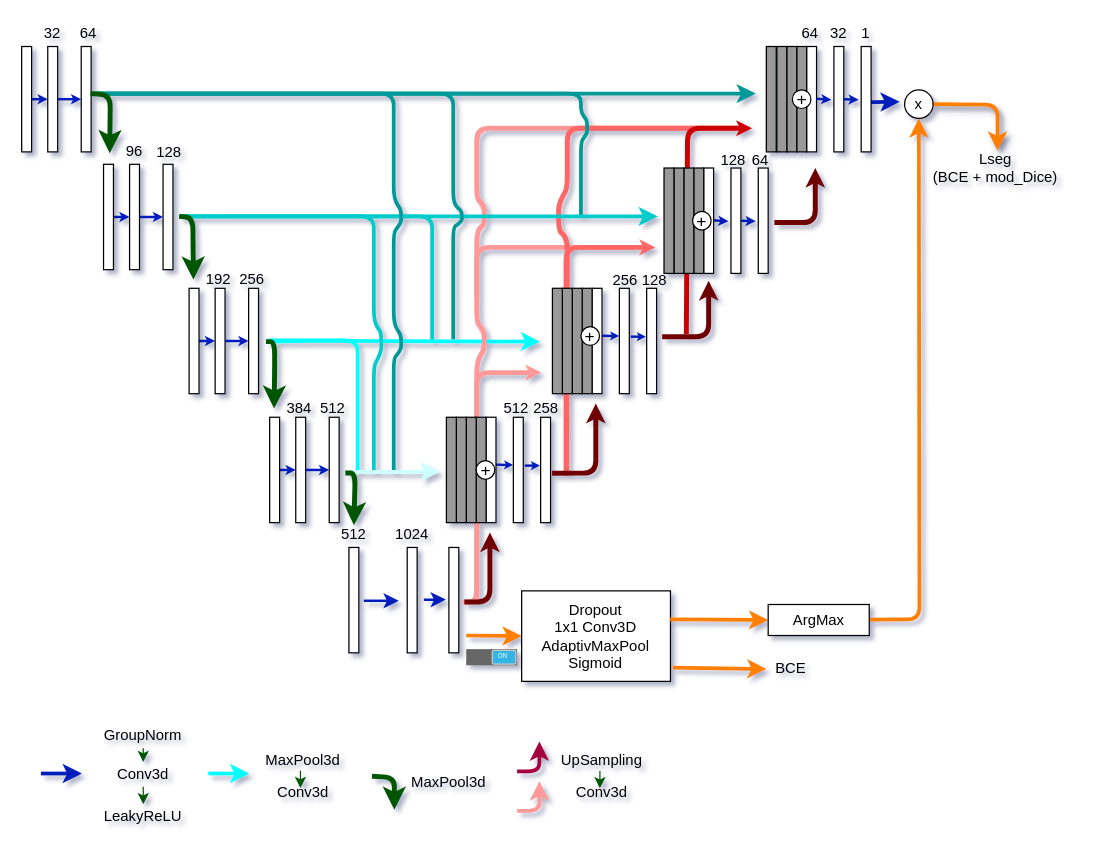
Above: docs/models/unet3+.dio in SMLC-NYSBC/TARDIS (draw.io), before the change. Source tidied: cells renumbered, new cells numbered last; positions are measured from the earlier drawing's top-left corner, leaving out a move shared by most shapes. Both pictures are drawn from the tidied source at 124%, with x=0, y=0 at pixel (21, 21).
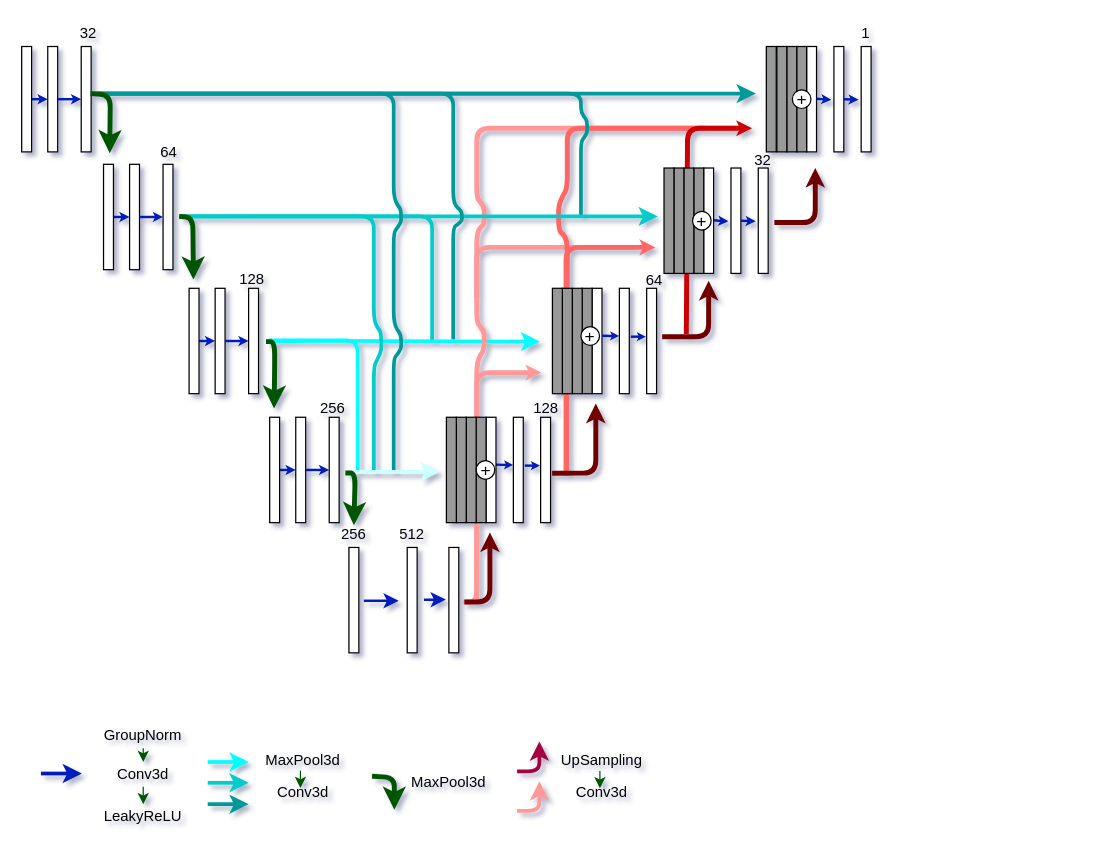
The same diagram, later.

The edit, as a diff of the source:
```diff
@@
-    <mxCell id="4" style="edgeStyle=none;html=1;shadow=0;sourcePerimeterSpacing=9;targetPerimeterSpacing=3;strokeWidth=3;fillColor=#f0a30a;strokeColor=#FF8000;exitX=0.25;exitY=1;exitDx=0;exitDy=0;entryX=0;entryY=0.5;entryDx=0;entryDy=0;" parent="1" edge="1" target="6">
-      <mxGeometry relative="1" as="geometry">
-        <mxPoint x="358.5" y="495" as="sourcePoint" />
-      </mxGeometry>
-    </mxCell>
-    <mxCell id="5" style="edgeStyle=none;html=1;strokeWidth=3;fillColor=#e3c800;strokeColor=#FF8000;exitX=1.017;exitY=0.847;exitDx=0;exitDy=0;entryX=0;entryY=0.5;entryDx=0;entryDy=0;exitPerimeter=0;" parent="1" edge="1" source="6" target="11">
-      <mxGeometry relative="1" as="geometry" />
-    </mxCell>
-    <mxCell id="6" value="Dropout&lt;br&gt;1x1 Conv3D&lt;br&gt;AdaptivMaxPool&lt;br&gt;Sigmoid" style="rounded=0;whiteSpace=wrap;html=1;" parent="1" vertex="1">
-      <mxGeometry x="403.2" y="459" width="120" height="73" as="geometry" />
-    </mxCell>
-    <mxCell id="7" style="edgeStyle=none;html=1;shadow=0;sourcePerimeterSpacing=9;targetPerimeterSpacing=3;strokeWidth=3;fillColor=#f0a30a;entryX=0;entryY=0.5;entryDx=0;entryDy=0;strokeColor=#FF8000;" parent="1" edge="1" target="9">
-      <mxGeometry relative="1" as="geometry">
-        <mxPoint x="523" y="482" as="sourcePoint" />
-      </mxGeometry>
-    </mxCell>
-    <mxCell id="8" style="edgeStyle=none;html=1;entryX=0.5;entryY=1;entryDx=0;entryDy=0;fillColor=#f0a30a;strokeWidth=3;strokeColor=#FF8000;" parent="1" edge="1" source="9" target="13">
-      <mxGeometry relative="1" as="geometry">
-        <Array as="points">
-          <mxPoint x="724" y="482" />
-        </Array>
-      </mxGeometry>
-    </mxCell>
-    <mxCell id="9" value="ArgMax" style="rounded=0;whiteSpace=wrap;html=1;" parent="1" vertex="1">
-      <mxGeometry x="602" y="470" width="81.5" height="25" as="geometry" />
-    </mxCell>
-    <mxCell id="10" style="edgeStyle=none;html=1;strokeColor=#001DBC;fillColor=#0050ef;strokeWidth=3;entryX=0;entryY=0.5;entryDx=0;entryDy=0;" parent="1" edge="1">
-      <mxGeometry relative="1" as="geometry">
-        <mxPoint x="678" y="65" as="sourcePoint" />
-        <mxPoint x="708" y="64.5" as="targetPoint" />
-      </mxGeometry>
-    </mxCell>
-    <mxCell id="11" value="&lt;font color=&quot;#000000&quot;&gt;BCE&lt;/font&gt;" style="text;html=1;strokeColor=none;fillColor=none;align=center;verticalAlign=middle;whiteSpace=wrap;rounded=0;" parent="1" vertex="1">
-      <mxGeometry x="600.5" y="512" width="39" height="20" as="geometry" />
-    </mxCell>
-    <mxCell id="12" style="edgeStyle=none;html=1;shadow=1;strokeWidth=3;exitX=1;exitY=0.5;exitDx=0;exitDy=0;endSize=6;jumpSize=6;strokeColor=#FF8000;" parent="1" edge="1" source="13">
-      <mxGeometry relative="1" as="geometry">
-        <mxPoint x="787" y="104" as="targetPoint" />
-        <Array as="points">
-          <mxPoint x="787" y="67" />
-        </Array>
-      </mxGeometry>
-    </mxCell>
-    <mxCell id="13" value="x" style="ellipse;whiteSpace=wrap;html=1;" parent="1" vertex="1">
-      <mxGeometry x="712" y="55" width="23" height="23" as="geometry" />
-    </mxCell>
-    <mxCell id="14" value="&lt;font color=&quot;#000000&quot;&gt;Lseg&lt;br&gt;(BCE + mod_Dice)&lt;br&gt;&lt;/font&gt;" style="text;html=1;strokeColor=none;fillColor=none;align=center;verticalAlign=middle;whiteSpace=wrap;rounded=0;" parent="1" vertex="1">
-      <mxGeometry x="729" y="108" width="113" height="20" as="geometry" />
-    </mxCell>
@@
     <mxCell id="25" style="edgeStyle=none;html=1;strokeWidth=3;fillColor=#0050ef;strokeColor=#00FFFF;" parent="1" edge="1">
       <mxGeometry relative="1" as="geometry">
-        <mxPoint x="150.5" y="606.3" as="sourcePoint" />
-        <mxPoint x="183.5" y="606.3" as="targetPoint" />
+        <mxPoint x="150" y="597" as="sourcePoint" />
+        <mxPoint x="183" y="597" as="targetPoint" />
       </mxGeometry>
     </mxCell>
@@
-    <mxCell id="33" value="&lt;font color=&quot;#000000&quot;&gt;32&lt;/font&gt;" style="text;html=1;strokeColor=none;fillColor=none;align=center;verticalAlign=middle;whiteSpace=wrap;rounded=0;" parent="1" vertex="1">
-      <mxGeometry x="5" width="40" height="20" as="geometry" />
-    </mxCell>
@@
-    <mxCell id="35" value="&lt;font color=&quot;#000000&quot;&gt;64&lt;/font&gt;" style="text;html=1;strokeColor=none;fillColor=none;align=center;verticalAlign=middle;whiteSpace=wrap;rounded=0;" parent="1" vertex="1">
+    <mxCell id="35" value="&lt;font color=&quot;#000000&quot;&gt;32&lt;/font&gt;" style="text;html=1;strokeColor=none;fillColor=none;align=center;verticalAlign=middle;whiteSpace=wrap;rounded=0;" parent="1" vertex="1">
       <mxGeometry x="34" width="40" height="20" as="geometry" />
     </mxCell>
@@
-    <mxCell id="37" value="&lt;font color=&quot;#000000&quot;&gt;32&lt;/font&gt;" style="text;html=1;strokeColor=none;fillColor=none;align=center;verticalAlign=middle;whiteSpace=wrap;rounded=0;" parent="1" vertex="1">
-      <mxGeometry x="639" width="40" height="20" as="geometry" />
-    </mxCell>
-    <mxCell id="38" value="&lt;font color=&quot;#000000&quot;&gt;64&lt;/font&gt;" style="text;html=1;strokeColor=none;fillColor=none;align=center;verticalAlign=middle;whiteSpace=wrap;rounded=0;" parent="1" vertex="1">
-      <mxGeometry x="615.5" width="40" height="20" as="geometry" />
-    </mxCell>
@@
-    <mxCell id="50" value="&lt;font color=&quot;#000000&quot;&gt;96&lt;/font&gt;" style="text;html=1;strokeColor=none;fillColor=none;align=center;verticalAlign=middle;whiteSpace=wrap;rounded=0;" parent="1" vertex="1">
-      <mxGeometry x="71" y="95" width="40" height="20" as="geometry" />
-    </mxCell>
@@
-    <mxCell id="52" value="&lt;font color=&quot;#000000&quot;&gt;128&lt;/font&gt;" style="text;html=1;strokeColor=none;fillColor=none;align=center;verticalAlign=middle;whiteSpace=wrap;rounded=0;" parent="1" vertex="1">
+    <mxCell id="52" value="&lt;font color=&quot;#000000&quot;&gt;64&lt;/font&gt;" style="text;html=1;strokeColor=none;fillColor=none;align=center;verticalAlign=middle;whiteSpace=wrap;rounded=0;" parent="1" vertex="1">
       <mxGeometry x="98.5" y="96" width="40" height="20" as="geometry" />
     </mxCell>
-    <mxCell id="53" value="&lt;font color=&quot;#000000&quot;&gt;128&lt;/font&gt;" style="text;html=1;strokeColor=none;fillColor=none;align=center;verticalAlign=middle;whiteSpace=wrap;rounded=0;" parent="1" vertex="1">
-      <mxGeometry x="553.5" y="102" width="40" height="20" as="geometry" />
-    </mxCell>
-    <mxCell id="54" value="&lt;font color=&quot;#000000&quot;&gt;64&lt;/font&gt;" style="text;html=1;strokeColor=none;fillColor=none;align=center;verticalAlign=middle;whiteSpace=wrap;rounded=0;" parent="1" vertex="1">
-      <mxGeometry x="575.5" y="102" width="40" height="20" as="geometry" />
+    <mxCell id="54" value="&lt;font color=&quot;#000000&quot;&gt;32&lt;/font&gt;" style="text;html=1;strokeColor=none;fillColor=none;align=center;verticalAlign=middle;whiteSpace=wrap;rounded=0;" parent="1" vertex="1">
+      <mxGeometry x="577.5" y="102" width="40" height="20" as="geometry" />
     </mxCell>
@@
-    <mxCell id="61" value="&lt;font color=&quot;#000000&quot;&gt;256&lt;/font&gt;" style="text;html=1;strokeColor=none;fillColor=none;align=center;verticalAlign=middle;whiteSpace=wrap;rounded=0;" parent="1" vertex="1">
+    <mxCell id="61" value="&lt;font color=&quot;#000000&quot;&gt;128&lt;/font&gt;" style="text;html=1;strokeColor=none;fillColor=none;align=center;verticalAlign=middle;whiteSpace=wrap;rounded=0;" parent="1" vertex="1">
       <mxGeometry x="165.5" y="198" width="40" height="20" as="geometry" />
     </mxCell>
-    <mxCell id="62" value="&lt;font color=&quot;#000000&quot;&gt;192&lt;/font&gt;" style="text;html=1;strokeColor=none;fillColor=none;align=center;verticalAlign=middle;whiteSpace=wrap;rounded=0;" parent="1" vertex="1">
-      <mxGeometry x="138.5" y="198" width="40" height="20" as="geometry" />
-    </mxCell>
-    <mxCell id="63" value="&lt;font color=&quot;#000000&quot;&gt;128&lt;/font&gt;" style="text;html=1;strokeColor=none;fillColor=none;align=center;verticalAlign=middle;whiteSpace=wrap;rounded=0;" parent="1" vertex="1">
+    <mxCell id="63" value="&lt;font color=&quot;#000000&quot;&gt;64&lt;/font&gt;" style="text;html=1;strokeColor=none;fillColor=none;align=center;verticalAlign=middle;whiteSpace=wrap;rounded=0;" parent="1" vertex="1">
       <mxGeometry x="489.5" y="199" width="40.5" height="20" as="geometry" />
     </mxCell>
@@
-    <mxCell id="73" value="&lt;font color=&quot;#000000&quot;&gt;512&lt;/font&gt;" style="text;html=1;strokeColor=none;fillColor=none;align=center;verticalAlign=middle;whiteSpace=wrap;rounded=0;" parent="1" vertex="1">
+    <mxCell id="73" value="&lt;font color=&quot;#000000&quot;&gt;256&lt;/font&gt;" style="text;html=1;strokeColor=none;fillColor=none;align=center;verticalAlign=middle;whiteSpace=wrap;rounded=0;" parent="1" vertex="1">
       <mxGeometry x="230.5" y="302" width="40" height="20" as="geometry" />
     </mxCell>
-    <mxCell id="74" value="&lt;font color=&quot;#000000&quot;&gt;384&lt;/font&gt;" style="text;html=1;strokeColor=none;fillColor=none;align=center;verticalAlign=middle;whiteSpace=wrap;rounded=0;" parent="1" vertex="1">
-      <mxGeometry x="203.5" y="302" width="40" height="20" as="geometry" />
-    </mxCell>
-    <mxCell id="75" value="&lt;font color=&quot;#000000&quot;&gt;512&lt;/font&gt;" style="text;html=1;strokeColor=none;fillColor=none;align=center;verticalAlign=middle;whiteSpace=wrap;rounded=0;" parent="1" vertex="1">
-      <mxGeometry x="378.8" y="302" width="40" height="20" as="geometry" />
-    </mxCell>
-    <mxCell id="76" value="&lt;font color=&quot;#000000&quot;&gt;258&lt;/font&gt;" style="text;html=1;strokeColor=none;fillColor=none;align=center;verticalAlign=middle;whiteSpace=wrap;rounded=0;" parent="1" vertex="1">
+    <mxCell id="76" value="&lt;font color=&quot;#000000&quot;&gt;128&lt;/font&gt;" style="text;html=1;strokeColor=none;fillColor=none;align=center;verticalAlign=middle;whiteSpace=wrap;rounded=0;" parent="1" vertex="1">
       <mxGeometry x="403.2" y="302" width="40" height="20" as="geometry" />
     </mxCell>
-    <mxCell id="77" value="&lt;font color=&quot;#000000&quot;&gt;512&lt;/font&gt;" style="text;html=1;strokeColor=none;fillColor=none;align=center;verticalAlign=middle;whiteSpace=wrap;rounded=0;" parent="1" vertex="1">
+    <mxCell id="77" value="&lt;font color=&quot;#000000&quot;&gt;256&lt;/font&gt;" style="text;html=1;strokeColor=none;fillColor=none;align=center;verticalAlign=middle;whiteSpace=wrap;rounded=0;" parent="1" vertex="1">
       <mxGeometry x="247.9" y="404" width="40" height="20" as="geometry" />
     </mxCell>
-    <mxCell id="78" value="&lt;font color=&quot;#000000&quot;&gt;1024&lt;/font&gt;" style="text;html=1;strokeColor=none;fillColor=none;align=center;verticalAlign=middle;whiteSpace=wrap;rounded=0;" parent="1" vertex="1">
+    <mxCell id="78" value="&lt;font color=&quot;#000000&quot;&gt;512&lt;/font&gt;" style="text;html=1;strokeColor=none;fillColor=none;align=center;verticalAlign=middle;whiteSpace=wrap;rounded=0;" parent="1" vertex="1">
       <mxGeometry x="294.9" y="404" width="40" height="20" as="geometry" />
     </mxCell>
@@
-    <mxCell id="90" value="&lt;font color=&quot;#000000&quot;&gt;256&lt;/font&gt;" style="text;html=1;strokeColor=none;fillColor=none;align=center;verticalAlign=middle;whiteSpace=wrap;rounded=0;" parent="1" vertex="1">
-      <mxGeometry x="466.5" y="199" width="40" height="20" as="geometry" />
-    </mxCell>
@@
-    <mxCell id="122" style="edgeStyle=none;html=1;fillColor=#008a00;strokeColor=#005700;strokeWidth=4;entryX=0;entryY=0.5;entryDx=0;entryDy=0;" parent="1" edge="1" target="74">
+    <mxCell id="122" style="edgeStyle=none;html=1;fillColor=#008a00;strokeColor=#005700;strokeWidth=4;entryX=0;entryY=0.5;entryDx=0;entryDy=0;" parent="1" edge="1">
       <mxGeometry relative="1" as="geometry">
         <mxPoint x="197" y="258" as="sourcePoint" />
+        <mxPoint x="203.5" y="312" as="targetPoint" />
         <Array as="points">
           <mxPoint x="204" y="258" />
           <mxPoint x="204" y="281" />
         </Array>
       </mxGeometry>
     </mxCell>
@@
-    <mxCell id="132" style="edgeStyle=none;html=1;exitX=1;exitY=0.5;exitDx=0;exitDy=0;fillColor=#008a00;strokeColor=#005700;strokeWidth=4;entryX=0;entryY=0.5;entryDx=0;entryDy=0;" parent="1" edge="1" target="62">
+    <mxCell id="132" style="edgeStyle=none;html=1;exitX=1;exitY=0.5;exitDx=0;exitDy=0;fillColor=#008a00;strokeColor=#005700;strokeWidth=4;entryX=0;entryY=0.5;entryDx=0;entryDy=0;" parent="1" edge="1">
       <mxGeometry relative="1" as="geometry">
         <mxPoint x="127" y="157" as="sourcePoint" />
+        <mxPoint x="138.5" y="208" as="targetPoint" />
         <Array as="points">
           <mxPoint x="138" y="158" />
         </Array>
       </mxGeometry>
     </mxCell>
@@
-    <mxCell id="138" style="verticalLabelPosition=bottom;verticalAlign=top;html=1;shadow=0;dashed=0;strokeWidth=1;shape=mxgraph.android.switch_on;fillColor=#666666;" parent="1" vertex="1">
-      <mxGeometry x="358.5" y="506" width="41" height="13" as="geometry" />
-    </mxCell>
+    <mxCell id="139" style="edgeStyle=none;html=1;strokeWidth=3;fillColor=#0050ef;strokeColor=#00CCCC;" parent="1" edge="1">
+      <mxGeometry relative="1" as="geometry">
+        <mxPoint x="150" y="613.8" as="sourcePoint" />
+        <mxPoint x="183" y="613.8" as="targetPoint" />
+      </mxGeometry>
+    </mxCell>
+    <mxCell id="140" style="edgeStyle=none;html=1;strokeWidth=3;fillColor=#0050ef;strokeColor=#009999;" parent="1" edge="1">
+      <mxGeometry relative="1" as="geometry">
+        <mxPoint x="150" y="631" as="sourcePoint" />
+        <mxPoint x="183" y="631" as="targetPoint" />
+      </mxGeometry>
+    </mxCell>
```
